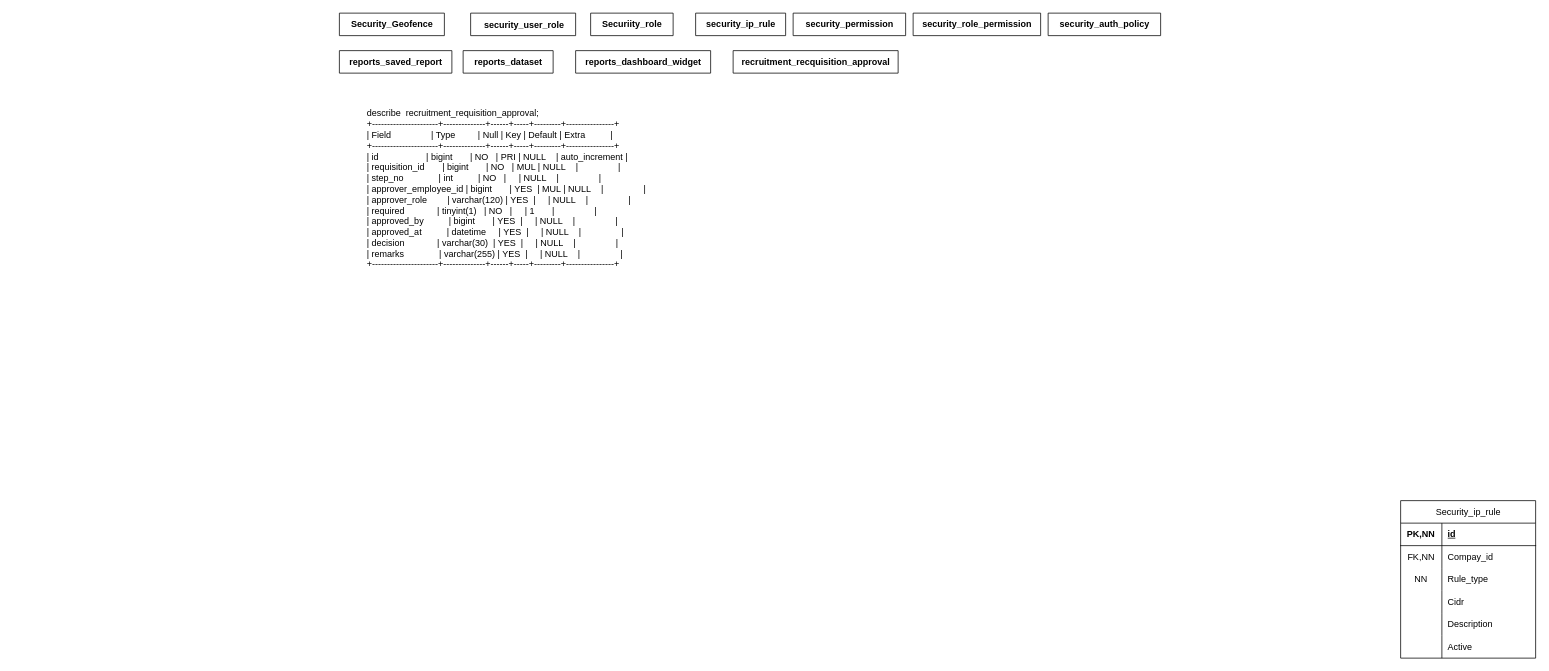
Above: Untitled Diagram.drawio in Shreya-Kosabe-07/hrms_flows2 (draw.io), before the change. Source tidied: cells renumbered, new cells numbered last; positions are measured from the earlier drawing's top-left corner, leaving out a move shared by most shapes. Both pictures are drawn from the tidied source at 75%, with x=0, y=0 at pixel (339, 13).
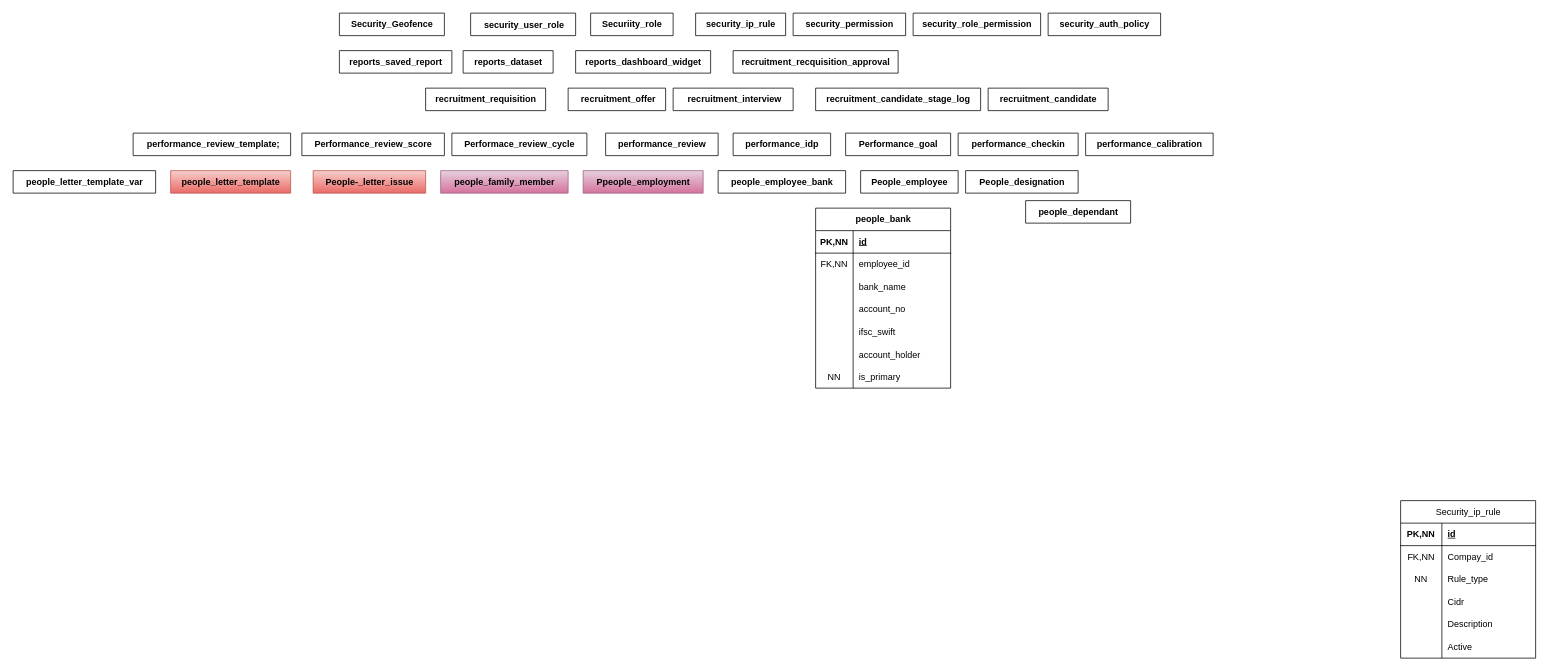
Above is the later version.

Change to the diagram source:
```diff
@@
-    <mxCell id="31" value="describe  recruitment_requisition_approval;&#10;+----------------------+--------------+------+-----+---------+----------------+&#10;| Field                | Type         | Null | Key | Default | Extra          |&#10;+----------------------+--------------+------+-----+---------+----------------+&#10;| id                   | bigint       | NO   | PRI | NULL    | auto_increment |&#10;| requisition_id       | bigint       | NO   | MUL | NULL    |                |&#10;| step_no              | int          | NO   |     | NULL    |                |&#10;| approver_employee_id | bigint       | YES  | MUL | NULL    |                |&#10;| approver_role        | varchar(120) | YES  |     | NULL    |                |&#10;| required             | tinyint(1)   | NO   |     | 1       |                |&#10;| approved_by          | bigint       | YES  |     | NULL    |                |&#10;| approved_at          | datetime     | YES  |     | NULL    |                |&#10;| decision             | varchar(30)  | YES  |     | NULL    |                |&#10;| remarks              | varchar(255) | YES  |     | NULL    |                |&#10;+----------------------+--------------+------+-----+---------+----------------+" style="text;whiteSpace=wrap;" parent="1" vertex="1">
-      <mxGeometry x="35" y="120" width="410" height="240" as="geometry" />
-    </mxCell>
@@
+    <mxCell id="33" value="recruitment_requisition" style="shape=table;startSize=30;childLayout=tableLayout;rowLines=0;fontStyle=1;align=center;html=1;" parent="1" vertex="1" collapsed="1">
+      <mxGeometry x="115" y="100" width="160" height="30" as="geometry" />
+    </mxCell>
+    <mxCell id="34" value="&amp;nbsp;recruitment_offer" style="shape=table;startSize=30;childLayout=tableLayout;rowLines=0;fontStyle=1;align=center;html=1;" parent="1" vertex="1" collapsed="1">
+      <mxGeometry x="305" y="100" width="130" height="30" as="geometry" />
+    </mxCell>
+    <mxCell id="35" value="&amp;nbsp;recruitment_interview" style="shape=table;startSize=30;childLayout=tableLayout;rowLines=0;fontStyle=1;align=center;html=1;" parent="1" vertex="1" collapsed="1">
+      <mxGeometry x="445" y="100" width="160" height="30" as="geometry" />
+    </mxCell>
+    <mxCell id="36" value="recruitment_candidate_stage_log" style="shape=table;startSize=30;childLayout=tableLayout;rowLines=0;fontStyle=1;align=center;html=1;" parent="1" vertex="1" collapsed="1">
+      <mxGeometry x="635" y="100" width="220" height="30" as="geometry" />
+    </mxCell>
+    <mxCell id="37" value="recruitment_candidate" style="shape=table;startSize=30;childLayout=tableLayout;rowLines=0;fontStyle=1;align=center;html=1;" parent="1" vertex="1" collapsed="1">
+      <mxGeometry x="865" y="100" width="160" height="30" as="geometry" />
+    </mxCell>
+    <mxCell id="38" value="Performance_review_score" style="shape=table;startSize=30;childLayout=tableLayout;rowLines=0;fontStyle=1;align=center;html=1;" parent="1" vertex="1" collapsed="1">
+      <mxGeometry x="-50" y="160" width="190" height="30" as="geometry" />
+    </mxCell>
+    <mxCell id="39" value="&amp;nbsp;performance_review_template;" style="shape=table;startSize=30;childLayout=tableLayout;rowLines=0;fontStyle=1;align=center;html=1;" parent="1" vertex="1" collapsed="1">
+      <mxGeometry x="-275" y="160" width="210" height="30" as="geometry" />
+    </mxCell>
+    <mxCell id="40" value="Performace_review_cycle" style="shape=table;startSize=30;childLayout=tableLayout;rowLines=0;fontStyle=1;align=center;html=1;" parent="1" vertex="1" collapsed="1">
+      <mxGeometry x="150" y="160" width="180" height="30" as="geometry" />
+    </mxCell>
+    <mxCell id="41" value="performance_review" style="shape=table;startSize=30;childLayout=tableLayout;rowLines=0;fontStyle=1;align=center;html=1;" parent="1" vertex="1" collapsed="1">
+      <mxGeometry x="355" y="160" width="150" height="30" as="geometry" />
+    </mxCell>
+    <mxCell id="42" value="performance_idp" style="shape=table;startSize=30;childLayout=tableLayout;rowLines=0;fontStyle=1;align=center;html=1;" parent="1" vertex="1" collapsed="1">
+      <mxGeometry x="525" y="160" width="130" height="30" as="geometry" />
+    </mxCell>
+    <mxCell id="43" value="Performance_goal" style="shape=table;startSize=30;childLayout=tableLayout;rowLines=0;fontStyle=1;align=center;html=1;" parent="1" vertex="1" collapsed="1">
+      <mxGeometry x="675" y="160" width="140" height="30" as="geometry" />
+    </mxCell>
+    <mxCell id="44" value="performance_checkin" style="shape=table;startSize=30;childLayout=tableLayout;rowLines=0;fontStyle=1;align=center;html=1;" parent="1" vertex="1" collapsed="1">
+      <mxGeometry x="825" y="160" width="160" height="30" as="geometry" />
+    </mxCell>
+    <mxCell id="45" value="performance_calibration" style="shape=table;startSize=30;childLayout=tableLayout;rowLines=0;fontStyle=1;align=center;html=1;" parent="1" vertex="1" collapsed="1">
+      <mxGeometry x="995" y="160" width="170" height="30" as="geometry" />
+    </mxCell>
+    <mxCell id="46" value="people_letter_template_var" style="shape=table;startSize=30;childLayout=tableLayout;rowLines=0;fontStyle=1;align=center;html=1;" parent="1" vertex="1" collapsed="1">
+      <mxGeometry x="-435" y="210" width="190" height="30" as="geometry" />
+    </mxCell>
+    <mxCell id="47" value="people_letter_template" style="shape=table;startSize=30;childLayout=tableLayout;rowLines=0;fontStyle=1;align=center;html=1;fillColor=#f8cecc;strokeColor=#b85450;gradientColor=#ea6b66;" parent="1" vertex="1" collapsed="1">
+      <mxGeometry x="-225" y="210" width="160" height="30" as="geometry" />
+    </mxCell>
+    <mxCell id="48" value="People-_letter_issue" style="shape=table;startSize=30;childLayout=tableLayout;rowLines=0;fontStyle=1;align=center;html=1;fillColor=#f8cecc;gradientColor=#ea6b66;strokeColor=#b85450;" parent="1" vertex="1" collapsed="1">
+      <mxGeometry x="-35" y="210" width="150" height="30" as="geometry" />
+    </mxCell>
+    <mxCell id="49" value="people_family_member" style="shape=table;startSize=30;childLayout=tableLayout;rowLines=0;fontStyle=1;align=center;html=1;fillColor=#e6d0de;gradientColor=#d5739d;strokeColor=#996185;" parent="1" vertex="1" collapsed="1">
+      <mxGeometry x="135" y="210" width="170" height="30" as="geometry" />
+    </mxCell>
+    <mxCell id="50" value="Ppeople_employment" style="shape=table;startSize=30;childLayout=tableLayout;rowLines=0;fontStyle=1;align=center;html=1;fillColor=#e6d0de;gradientColor=#d5739d;strokeColor=#996185;" parent="1" vertex="1" collapsed="1">
+      <mxGeometry x="325" y="210" width="160" height="30" as="geometry" />
+    </mxCell>
+    <mxCell id="51" value="people_employee_bank" style="shape=table;startSize=30;childLayout=tableLayout;rowLines=0;fontStyle=1;align=center;html=1;" parent="1" vertex="1" collapsed="1">
+      <mxGeometry x="505" y="210" width="170" height="30" as="geometry" />
+    </mxCell>
+    <mxCell id="52" value="People_employee" style="shape=table;startSize=30;childLayout=tableLayout;rowLines=0;fontStyle=1;align=center;html=1;" parent="1" vertex="1" collapsed="1">
+      <mxGeometry x="695" y="210" width="130" height="30" as="geometry" />
+    </mxCell>
+    <mxCell id="53" value="People_designation" style="shape=table;startSize=30;childLayout=tableLayout;rowLines=0;fontStyle=1;align=center;html=1;" parent="1" vertex="1" collapsed="1">
+      <mxGeometry x="835" y="210" width="150" height="30" as="geometry" />
+    </mxCell>
+    <mxCell id="54" value="people_dependant" style="shape=table;startSize=30;childLayout=tableLayout;rowLines=0;fontStyle=1;align=center;html=1;" parent="1" vertex="1" collapsed="1">
+      <mxGeometry x="915" y="250" width="140" height="30" as="geometry" />
+    </mxCell>
+    <mxCell id="55" value="people_bank" style="shape=table;startSize=30;childLayout=tableLayout;rowLines=0;fontStyle=1;align=center;html=1;" parent="1" vertex="1">
+      <mxGeometry x="635" y="260" width="180" height="240" as="geometry" />
+    </mxCell>
+    <mxCell id="56" style="shape=tableRow;horizontal=0;startSize=0;swimlaneHead=0;swimlaneBody=0;fillColor=none;top=0;left=0;right=0;bottom=1;" parent="55" vertex="1">
+      <mxGeometry y="30" width="180" height="30" as="geometry" />
+    </mxCell>
+    <mxCell id="57" value="PK,NN" style="shape=partialRectangle;fillColor=none;top=0;left=0;bottom=0;right=0;fontStyle=1;overflow=hidden;whiteSpace=wrap;html=1;" parent="56" vertex="1">
+      <mxGeometry width="50" height="30" as="geometry" />
+    </mxCell>
+    <mxCell id="58" value="id" style="shape=partialRectangle;fillColor=none;top=0;left=0;bottom=0;right=0;align=left;spacingLeft=6;fontStyle=5;overflow=hidden;whiteSpace=wrap;html=1;" parent="56" vertex="1">
+      <mxGeometry x="50" width="130" height="30" as="geometry" />
+    </mxCell>
+    <mxCell id="59" style="shape=tableRow;horizontal=0;startSize=0;swimlaneHead=0;swimlaneBody=0;fillColor=none;top=0;left=0;right=0;bottom=0;" parent="55" vertex="1">
+      <mxGeometry y="60" width="180" height="30" as="geometry" />
+    </mxCell>
+    <mxCell id="60" value="FK,NN" style="shape=partialRectangle;fillColor=none;top=0;left=0;bottom=0;right=0;overflow=hidden;whiteSpace=wrap;html=1;" parent="59" vertex="1">
+      <mxGeometry width="50" height="30" as="geometry" />
+    </mxCell>
+    <mxCell id="61" value="employee_id" style="shape=partialRectangle;fillColor=none;top=0;left=0;bottom=0;right=0;align=left;spacingLeft=6;overflow=hidden;whiteSpace=wrap;html=1;" parent="59" vertex="1">
+      <mxGeometry x="50" width="130" height="30" as="geometry" />
+    </mxCell>
+    <mxCell id="62" style="shape=tableRow;horizontal=0;startSize=0;swimlaneHead=0;swimlaneBody=0;fillColor=none;top=0;left=0;right=0;bottom=0;" parent="55" vertex="1">
+      <mxGeometry y="90" width="180" height="30" as="geometry" />
+    </mxCell>
+    <mxCell id="63" style="shape=partialRectangle;fillColor=none;top=0;left=0;bottom=0;right=0;overflow=hidden;whiteSpace=wrap;html=1;" parent="62" vertex="1">
+      <mxGeometry width="50" height="30" as="geometry" />
+    </mxCell>
+    <mxCell id="64" value="bank_name" style="shape=partialRectangle;fillColor=none;top=0;left=0;bottom=0;right=0;align=left;spacingLeft=6;overflow=hidden;whiteSpace=wrap;html=1;" parent="62" vertex="1">
+      <mxGeometry x="50" width="130" height="30" as="geometry" />
+    </mxCell>
+    <mxCell id="65" style="shape=tableRow;horizontal=0;startSize=0;swimlaneHead=0;swimlaneBody=0;fillColor=none;top=0;left=0;right=0;bottom=0;" parent="55" vertex="1">
+      <mxGeometry y="120" width="180" height="30" as="geometry" />
+    </mxCell>
+    <mxCell id="66" style="shape=partialRectangle;fillColor=none;top=0;left=0;bottom=0;right=0;overflow=hidden;whiteSpace=wrap;html=1;" parent="65" vertex="1">
+      <mxGeometry width="50" height="30" as="geometry" />
+    </mxCell>
+    <mxCell id="67" value="account_no" style="shape=partialRectangle;fillColor=none;top=0;left=0;bottom=0;right=0;align=left;spacingLeft=6;overflow=hidden;whiteSpace=wrap;html=1;" parent="65" vertex="1">
+      <mxGeometry x="50" width="130" height="30" as="geometry" />
+    </mxCell>
+    <mxCell id="68" style="shape=tableRow;horizontal=0;startSize=0;swimlaneHead=0;swimlaneBody=0;fillColor=none;top=0;left=0;right=0;bottom=0;" parent="55" vertex="1">
+      <mxGeometry y="150" width="180" height="30" as="geometry" />
+    </mxCell>
+    <mxCell id="69" style="shape=partialRectangle;fillColor=none;top=0;left=0;bottom=0;right=0;overflow=hidden;" parent="68" vertex="1">
+      <mxGeometry width="50" height="30" as="geometry" />
+    </mxCell>
+    <mxCell id="70" value="ifsc_swift" style="shape=partialRectangle;fillColor=none;top=0;left=0;bottom=0;right=0;align=left;spacingLeft=6;overflow=hidden;" parent="68" vertex="1">
+      <mxGeometry x="50" width="130" height="30" as="geometry" />
+    </mxCell>
+    <mxCell id="71" style="shape=tableRow;horizontal=0;startSize=0;swimlaneHead=0;swimlaneBody=0;fillColor=none;top=0;left=0;right=0;bottom=0;" parent="55" vertex="1">
+      <mxGeometry y="180" width="180" height="30" as="geometry" />
+    </mxCell>
+    <mxCell id="72" style="shape=partialRectangle;fillColor=none;top=0;left=0;bottom=0;right=0;overflow=hidden;" parent="71" vertex="1">
+      <mxGeometry width="50" height="30" as="geometry" />
+    </mxCell>
+    <mxCell id="73" value="account_holder" style="shape=partialRectangle;fillColor=none;top=0;left=0;bottom=0;right=0;align=left;spacingLeft=6;overflow=hidden;" parent="71" vertex="1">
+      <mxGeometry x="50" width="130" height="30" as="geometry" />
+    </mxCell>
+    <mxCell id="74" style="shape=tableRow;horizontal=0;startSize=0;swimlaneHead=0;swimlaneBody=0;fillColor=none;top=0;left=0;right=0;bottom=0;" parent="55" vertex="1">
+      <mxGeometry y="210" width="180" height="30" as="geometry" />
+    </mxCell>
+    <mxCell id="75" value="NN" style="shape=partialRectangle;fillColor=none;top=0;left=0;bottom=0;right=0;overflow=hidden;" parent="74" vertex="1">
+      <mxGeometry width="50" height="30" as="geometry" />
+    </mxCell>
+    <mxCell id="76" value="is_primary" style="shape=partialRectangle;fillColor=none;top=0;left=0;bottom=0;right=0;align=left;spacingLeft=6;overflow=hidden;" parent="74" vertex="1">
+      <mxGeometry x="50" width="130" height="30" as="geometry" />
+    </mxCell>
```
